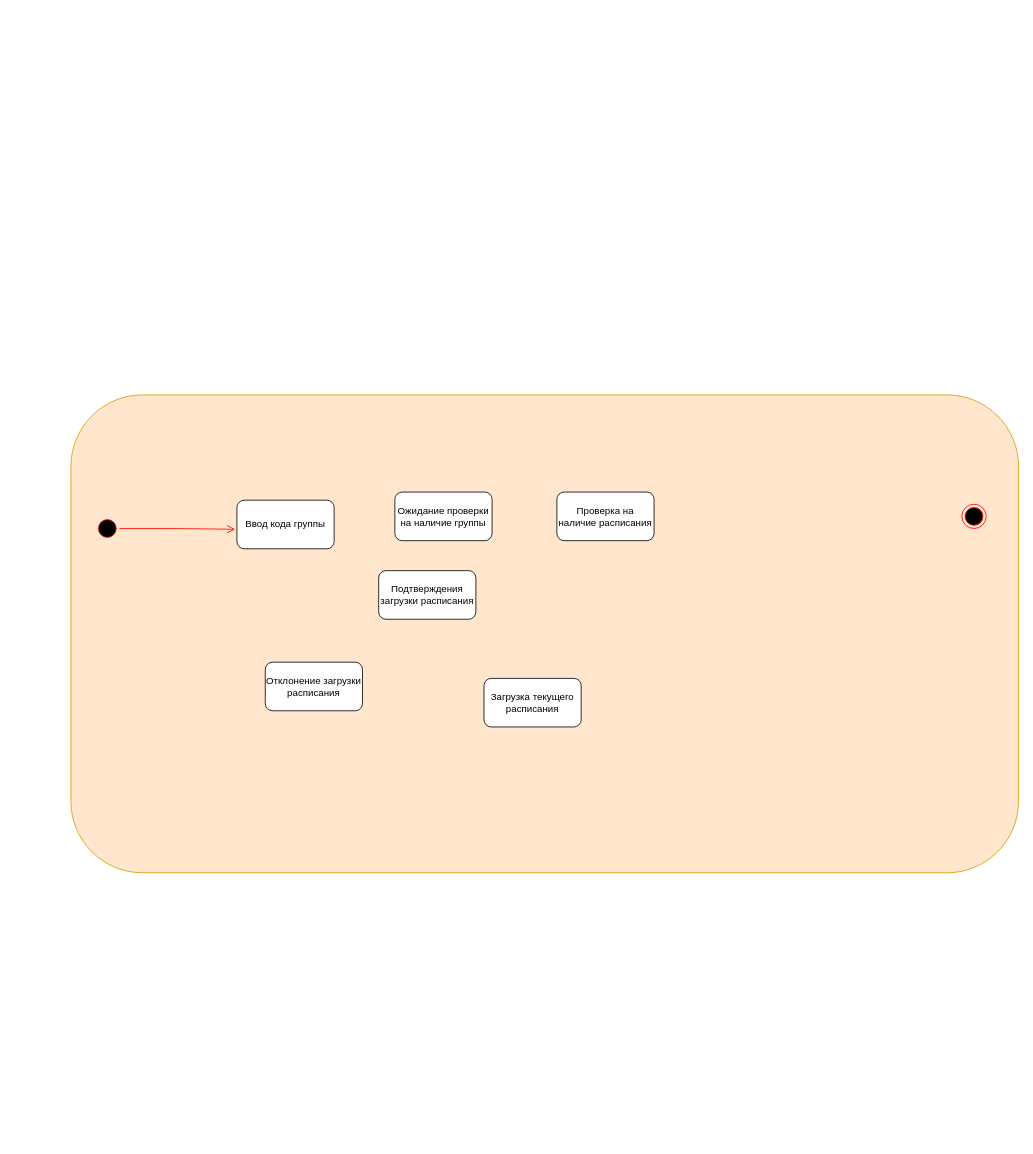
This is 6 практическая АКМ.drawio from Merfarion/Diagrams-and-schemes, a draw.io file, before an edit. Source tidied: cells renumbered, new cells numbered last; positions are measured from the earlier drawing's top-left corner, leaving out a move shared by most shapes. Both pictures are drawn from the tidied source at 81%, with x=0, y=0 at pixel (70, 394).
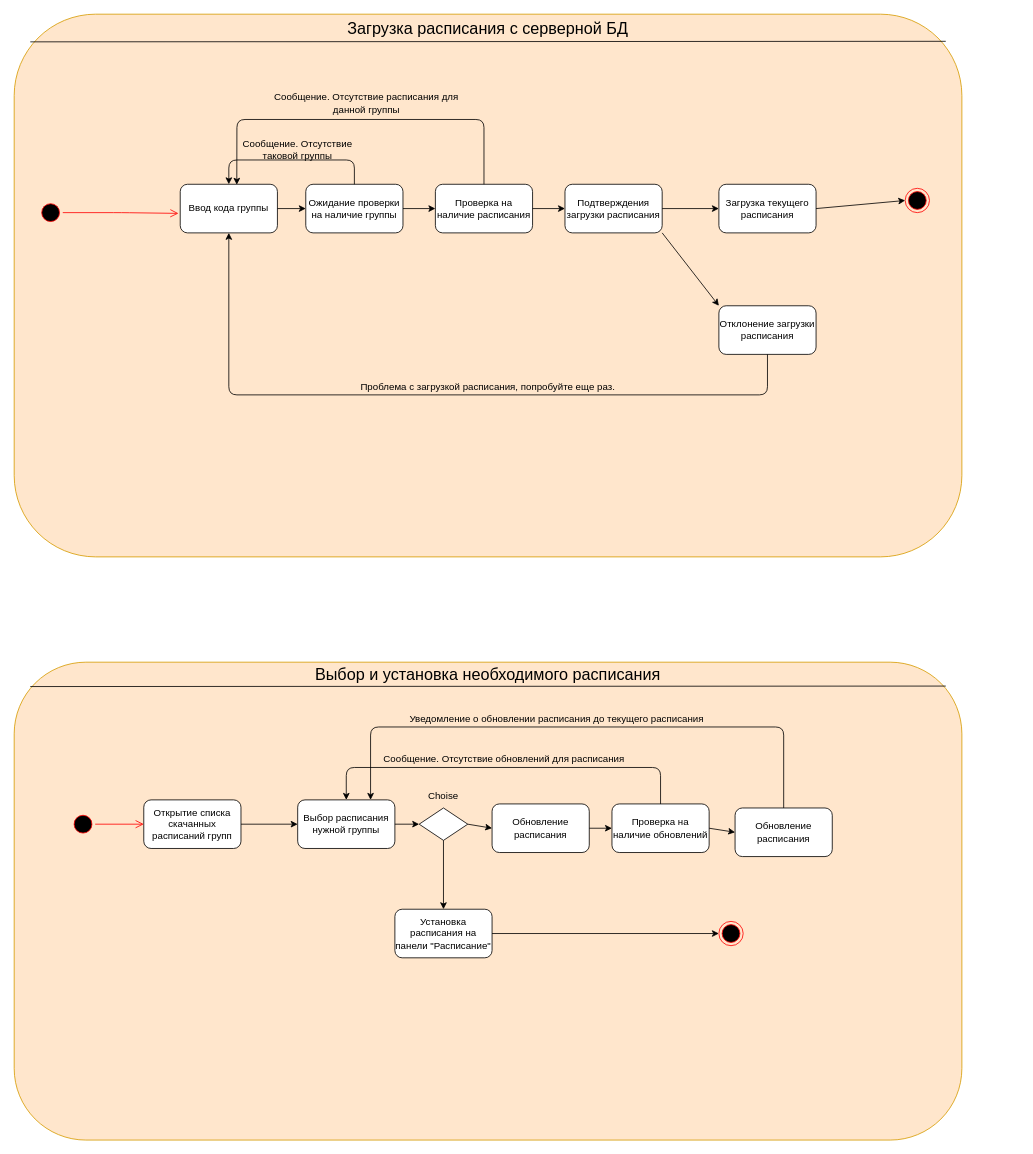
Above is the later version.

Diff of the diagram source:
```diff
@@
+    <mxCell id="12" style="group;" parent="1" vertex="1">
+      <mxGeometry x="-70" y="-470" width="1170" height="670" as="geometry" />
+    </mxCell>
+    <mxCell id="13" style="group;" parent="12" vertex="1">
+      <mxGeometry width="1170" height="670" as="geometry" />
+    </mxCell>
-    <mxCell id="2" style="rounded=1;whiteSpace=wrap;html=1;fillColor=#ffe6cc;strokeColor=#d79b00;" parent="1" vertex="1">
-      <mxGeometry width="1170" height="590" as="geometry" />
+    <mxCell id="2" style="rounded=1;whiteSpace=wrap;html=1;fillColor=#ffe6cc;strokeColor=#d79b00;" parent="13" vertex="1">
+      <mxGeometry width="1170" height="670" as="geometry" />
     </mxCell>
+    <mxCell id="14" style="endArrow=none;html=1;exitX=0.017;exitY=0.051;exitDx=0;exitDy=0;exitPerimeter=0;entryX=0.983;entryY=0.05;entryDx=0;entryDy=0;entryPerimeter=0;" parent="13" edge="1" source="2" target="2">
+      <mxGeometry relative="1" as="geometry" />
+    </mxCell>
+    <mxCell id="15" value="Сообщение. Отсутствие таковой группы" style="text;html=1;strokeColor=none;fillColor=none;align=center;verticalAlign=middle;whiteSpace=wrap;rounded=0;" parent="13" vertex="1">
+      <mxGeometry x="280" y="150" width="140" height="34.1" as="geometry" />
+    </mxCell>
+    <mxCell id="16" value="Сообщение. Отсутствие расписания для данной группы" style="text;html=1;strokeColor=none;fillColor=none;align=center;verticalAlign=middle;whiteSpace=wrap;rounded=0;" parent="13" vertex="1">
+      <mxGeometry x="300" y="100" width="270" height="20" as="geometry" />
+    </mxCell>
+    <mxCell id="17" value="Проблема с загрузкой расписания, попробуйте еще раз." style="text;html=1;strokeColor=none;fillColor=none;align=center;verticalAlign=middle;whiteSpace=wrap;rounded=0;" parent="13" vertex="1">
+      <mxGeometry x="370" y="450" width="430" height="20" as="geometry" />
+    </mxCell>
+    <mxCell id="18" value="&lt;font style=&quot;font-size: 20px&quot;&gt;Загрузка расписания с серверной БД&lt;/font&gt;" style="text;html=1;strokeColor=none;fillColor=none;align=center;verticalAlign=middle;whiteSpace=wrap;rounded=0;" parent="12" vertex="1">
+      <mxGeometry x="165" width="840" height="34.1" as="geometry" />
+    </mxCell>
     <mxCell id="3" value="Проверка на наличие расписания" style="rounded=1;whiteSpace=wrap;html=1;" parent="1" vertex="1">
-      <mxGeometry x="600" y="120" width="120" height="60" as="geometry" />
+      <mxGeometry x="450" y="-260" width="120" height="60" as="geometry" />
     </mxCell>
     <mxCell id="4" value="Ожидание проверки на наличие группы" style="rounded=1;whiteSpace=wrap;html=1;" parent="1" vertex="1">
-      <mxGeometry x="400" y="120" width="120" height="60" as="geometry" />
+      <mxGeometry x="290" y="-260" width="120" height="60" as="geometry" />
     </mxCell>
     <mxCell id="5" value="Ввод кода группы" style="rounded=1;whiteSpace=wrap;html=1;" parent="1" vertex="1">
-      <mxGeometry x="205" y="130" width="120" height="60" as="geometry" />
+      <mxGeometry x="135" y="-260" width="120" height="60" as="geometry" />
     </mxCell>
     <mxCell id="6" style="ellipse;html=1;shape=endState;fillColor=#000000;strokeColor=#ff0000;" parent="1" vertex="1">
-      <mxGeometry x="1100" y="135" width="30" height="30" as="geometry" />
+      <mxGeometry x="1030" y="-255" width="30" height="30" as="geometry" />
     </mxCell>
     <mxCell id="7" style="ellipse;html=1;shape=startState;fillColor=#000000;strokeColor=#ff0000;" parent="1" vertex="1">
-      <mxGeometry x="30" y="150" width="30" height="30" as="geometry" />
+      <mxGeometry x="-40" y="-240" width="30" height="30" as="geometry" />
     </mxCell>
@@
     <mxCell id="9" value="Отклонение загрузки расписания" style="rounded=1;whiteSpace=wrap;html=1;" parent="1" vertex="1">
-      <mxGeometry x="240" y="330" width="120" height="60" as="geometry" />
+      <mxGeometry x="800" y="-110" width="120" height="60" as="geometry" />
     </mxCell>
     <mxCell id="10" value="Подтверждения загрузки расписания" style="rounded=1;whiteSpace=wrap;html=1;" parent="1" vertex="1">
-      <mxGeometry x="380" y="217" width="120" height="60" as="geometry" />
+      <mxGeometry x="610" y="-260" width="120" height="60" as="geometry" />
     </mxCell>
     <mxCell id="11" value="Загрузка текущего расписания" style="rounded=1;whiteSpace=wrap;html=1;" parent="1" vertex="1">
-      <mxGeometry x="510" y="350" width="120" height="60" as="geometry" />
+      <mxGeometry x="800" y="-260" width="120" height="60" as="geometry" />
     </mxCell>
+    <mxCell id="19" style="endArrow=classic;html=1;exitX=1;exitY=0.5;exitDx=0;exitDy=0;entryX=0;entryY=0.5;entryDx=0;entryDy=0;" parent="1" edge="1" source="5" target="4">
+      <mxGeometry relative="1" as="geometry" />
+    </mxCell>
+    <mxCell id="20" style="endArrow=classic;html=1;entryX=0;entryY=0.5;entryDx=0;entryDy=0;" parent="1" edge="1" target="3">
+      <mxGeometry relative="1" as="geometry">
+        <mxPoint x="410" y="-230" as="sourcePoint" />
+      </mxGeometry>
+    </mxCell>
+    <mxCell id="21" style="endArrow=classic;html=1;entryX=0;entryY=0.5;entryDx=0;entryDy=0;exitX=1;exitY=0.5;exitDx=0;exitDy=0;" parent="1" edge="1" source="3" target="10">
+      <mxGeometry relative="1" as="geometry" />
+    </mxCell>
+    <mxCell id="22" style="endArrow=classic;html=1;entryX=0;entryY=0.5;entryDx=0;entryDy=0;exitX=1;exitY=0.5;exitDx=0;exitDy=0;" parent="1" edge="1" source="10" target="11">
+      <mxGeometry relative="1" as="geometry" />
+    </mxCell>
+    <mxCell id="23" style="endArrow=classic;html=1;entryX=0;entryY=0;entryDx=0;entryDy=0;exitX=1;exitY=1;exitDx=0;exitDy=0;" parent="1" edge="1" source="10" target="9">
+      <mxGeometry relative="1" as="geometry" />
+    </mxCell>
+    <mxCell id="24" style="endArrow=classic;html=1;exitX=0.5;exitY=1;exitDx=0;exitDy=0;entryX=0.5;entryY=1;entryDx=0;entryDy=0;" parent="1" edge="1" source="9" target="5">
+      <mxGeometry relative="1" as="geometry">
+        <Array as="points">
+          <mxPoint x="860" />
+          <mxPoint x="195" />
+        </Array>
+      </mxGeometry>
+    </mxCell>
+    <mxCell id="25" style="endArrow=classic;html=1;exitX=0.5;exitY=0;exitDx=0;exitDy=0;entryX=0.5;entryY=0;entryDx=0;entryDy=0;" parent="1" edge="1" source="4" target="5">
+      <mxGeometry relative="1" as="geometry">
+        <Array as="points">
+          <mxPoint x="350" y="-290" />
+          <mxPoint x="195" y="-290" />
+        </Array>
+      </mxGeometry>
+    </mxCell>
+    <mxCell id="26" style="endArrow=classic;html=1;exitX=0.5;exitY=0;exitDx=0;exitDy=0;entryX=0.582;entryY=0.01;entryDx=0;entryDy=0;entryPerimeter=0;" parent="1" edge="1" source="3" target="5">
+      <mxGeometry relative="1" as="geometry">
+        <Array as="points">
+          <mxPoint x="510" y="-340" />
+          <mxPoint x="205" y="-340" />
+        </Array>
+      </mxGeometry>
+    </mxCell>
+    <mxCell id="27" style="endArrow=classic;html=1;entryX=0;entryY=0.5;entryDx=0;entryDy=0;exitX=1;exitY=0.5;exitDx=0;exitDy=0;" parent="1" edge="1" source="11" target="6">
+      <mxGeometry relative="1" as="geometry" />
+    </mxCell>
+    <mxCell id="28" style="group;" parent="1" vertex="1">
+      <mxGeometry x="-70" y="330" width="1170" height="590" as="geometry" />
+    </mxCell>
+    <mxCell id="29" style="rounded=1;whiteSpace=wrap;html=1;fillColor=#ffe6cc;strokeColor=#d79b00;" parent="28" vertex="1">
+      <mxGeometry width="1170" height="590" as="geometry" />
+    </mxCell>
+    <mxCell id="30" style="endArrow=none;html=1;exitX=0.017;exitY=0.051;exitDx=0;exitDy=0;exitPerimeter=0;entryX=0.983;entryY=0.05;entryDx=0;entryDy=0;entryPerimeter=0;" parent="28" edge="1" source="29" target="29">
+      <mxGeometry relative="1" as="geometry" />
+    </mxCell>
+    <mxCell id="31" style="ellipse;html=1;shape=startState;fillColor=#000000;strokeColor=#ff0000;" parent="28" vertex="1">
+      <mxGeometry x="70" y="185" width="30" height="30" as="geometry" />
+    </mxCell>
+    <mxCell id="32" style="edgeStyle=orthogonalEdgeStyle;html=1;verticalAlign=bottom;endArrow=open;endSize=8;strokeColor=#ff0000;exitX=1;exitY=0.5;exitDx=0;exitDy=0;entryX=0;entryY=0.5;entryDx=0;entryDy=0;" parent="28" edge="1" source="31" target="34">
+      <mxGeometry relative="1" as="geometry" />
+    </mxCell>
+    <mxCell id="33" style="ellipse;html=1;shape=endState;fillColor=#000000;strokeColor=#ff0000;" parent="28" vertex="1">
+      <mxGeometry x="870" y="320" width="30" height="30" as="geometry" />
+    </mxCell>
+    <mxCell id="34" value="Открытие списка скачанных расписаний групп" style="rounded=1;whiteSpace=wrap;html=1;" parent="28" vertex="1">
+      <mxGeometry x="160" y="170" width="120" height="60" as="geometry" />
+    </mxCell>
+    <mxCell id="35" value="Установка расписания на панели &quot;Расписание&quot;" style="rounded=1;whiteSpace=wrap;html=1;" parent="28" vertex="1">
+      <mxGeometry x="470" y="305" width="120" height="60" as="geometry" />
+    </mxCell>
+    <mxCell id="36" value="Выбор расписания нужной группы" style="rounded=1;whiteSpace=wrap;html=1;" parent="28" vertex="1">
+      <mxGeometry x="350" y="170" width="120" height="60" as="geometry" />
+    </mxCell>
+    <mxCell id="37" value="Обновление расписания" style="rounded=1;whiteSpace=wrap;html=1;" parent="28" vertex="1">
+      <mxGeometry x="590" y="175" width="120" height="60" as="geometry" />
+    </mxCell>
+    <mxCell id="38" value="Проверка на наличие обновлений" style="rounded=1;whiteSpace=wrap;html=1;" parent="28" vertex="1">
+      <mxGeometry x="738" y="175" width="120" height="60" as="geometry" />
+    </mxCell>
+    <mxCell id="39" value="Обновление расписания" style="rounded=1;whiteSpace=wrap;html=1;" parent="28" vertex="1">
+      <mxGeometry x="890" y="180" width="120" height="60" as="geometry" />
+    </mxCell>
+    <mxCell id="40" style="rhombus;whiteSpace=wrap;html=1;" parent="28" vertex="1">
+      <mxGeometry x="500" y="180" width="60" height="40" as="geometry" />
+    </mxCell>
+    <mxCell id="41" style="endArrow=classic;html=1;exitX=1;exitY=0.5;exitDx=0;exitDy=0;entryX=0;entryY=0.5;entryDx=0;entryDy=0;" parent="28" edge="1" source="34" target="36">
+      <mxGeometry relative="1" as="geometry" />
+    </mxCell>
+    <mxCell id="42" style="endArrow=classic;html=1;exitX=1;exitY=0.5;exitDx=0;exitDy=0;entryX=0;entryY=0.5;entryDx=0;entryDy=0;" parent="28" edge="1" source="36" target="40">
+      <mxGeometry relative="1" as="geometry" />
+    </mxCell>
+    <mxCell id="43" style="endArrow=classic;html=1;exitX=0.5;exitY=1;exitDx=0;exitDy=0;entryX=0.5;entryY=0;entryDx=0;entryDy=0;" parent="28" edge="1" source="40" target="35">
+      <mxGeometry relative="1" as="geometry" />
+    </mxCell>
+    <mxCell id="44" style="endArrow=classic;html=1;exitX=1;exitY=0.5;exitDx=0;exitDy=0;entryX=0;entryY=0.5;entryDx=0;entryDy=0;" parent="28" edge="1" source="35" target="33">
+      <mxGeometry relative="1" as="geometry" />
+    </mxCell>
+    <mxCell id="45" style="endArrow=classic;html=1;exitX=1;exitY=0.5;exitDx=0;exitDy=0;entryX=0;entryY=0.5;entryDx=0;entryDy=0;" parent="28" edge="1" source="40" target="37">
+      <mxGeometry relative="1" as="geometry" />
+    </mxCell>
+    <mxCell id="46" style="endArrow=classic;html=1;exitX=1;exitY=0.5;exitDx=0;exitDy=0;entryX=0;entryY=0.5;entryDx=0;entryDy=0;" parent="28" edge="1" source="37" target="38">
+      <mxGeometry relative="1" as="geometry" />
+    </mxCell>
+    <mxCell id="47" style="endArrow=classic;html=1;exitX=1;exitY=0.5;exitDx=0;exitDy=0;entryX=0;entryY=0.5;entryDx=0;entryDy=0;" parent="28" edge="1" source="38" target="39">
+      <mxGeometry relative="1" as="geometry" />
+    </mxCell>
+    <mxCell id="48" style="endArrow=classic;html=1;exitX=0.5;exitY=0;exitDx=0;exitDy=0;entryX=0.5;entryY=0;entryDx=0;entryDy=0;" parent="28" edge="1" source="38" target="36">
+      <mxGeometry relative="1" as="geometry">
+        <Array as="points">
+          <mxPoint x="798" y="130" />
+          <mxPoint x="410" y="130" />
+        </Array>
+      </mxGeometry>
+    </mxCell>
+    <mxCell id="49" style="endArrow=classic;html=1;exitX=0.5;exitY=0;exitDx=0;exitDy=0;entryX=0.75;entryY=0;entryDx=0;entryDy=0;" parent="28" edge="1" source="39" target="36">
+      <mxGeometry relative="1" as="geometry">
+        <Array as="points">
+          <mxPoint x="950" y="80" />
+          <mxPoint x="440" y="80" />
+        </Array>
+      </mxGeometry>
+    </mxCell>
+    <mxCell id="50" value="&lt;font style=&quot;font-size: 20px&quot;&gt;Выбор и установка необходимого расписания&lt;/font&gt;" style="text;html=1;strokeColor=none;fillColor=none;align=center;verticalAlign=middle;whiteSpace=wrap;rounded=0;" parent="28" vertex="1">
+      <mxGeometry x="165" width="840" height="30" as="geometry" />
+    </mxCell>
+    <mxCell id="51" value="Choise" style="text;html=1;strokeColor=none;fillColor=none;align=center;verticalAlign=middle;whiteSpace=wrap;rounded=0;" parent="28" vertex="1">
+      <mxGeometry x="510" y="155" width="40" height="20" as="geometry" />
+    </mxCell>
+    <mxCell id="52" value="Сообщение. Отсутствие обновлений для расписания" style="text;html=1;strokeColor=none;fillColor=none;align=center;verticalAlign=middle;whiteSpace=wrap;rounded=0;" parent="28" vertex="1">
+      <mxGeometry x="450" y="110" width="310" height="20" as="geometry" />
+    </mxCell>
+    <mxCell id="53" value="Уведомление о обновлении расписания до текущего расписания" style="text;html=1;strokeColor=none;fillColor=none;align=center;verticalAlign=middle;whiteSpace=wrap;rounded=0;" parent="28" vertex="1">
+      <mxGeometry x="460" y="60" width="420" height="20" as="geometry" />
+    </mxCell>
```
